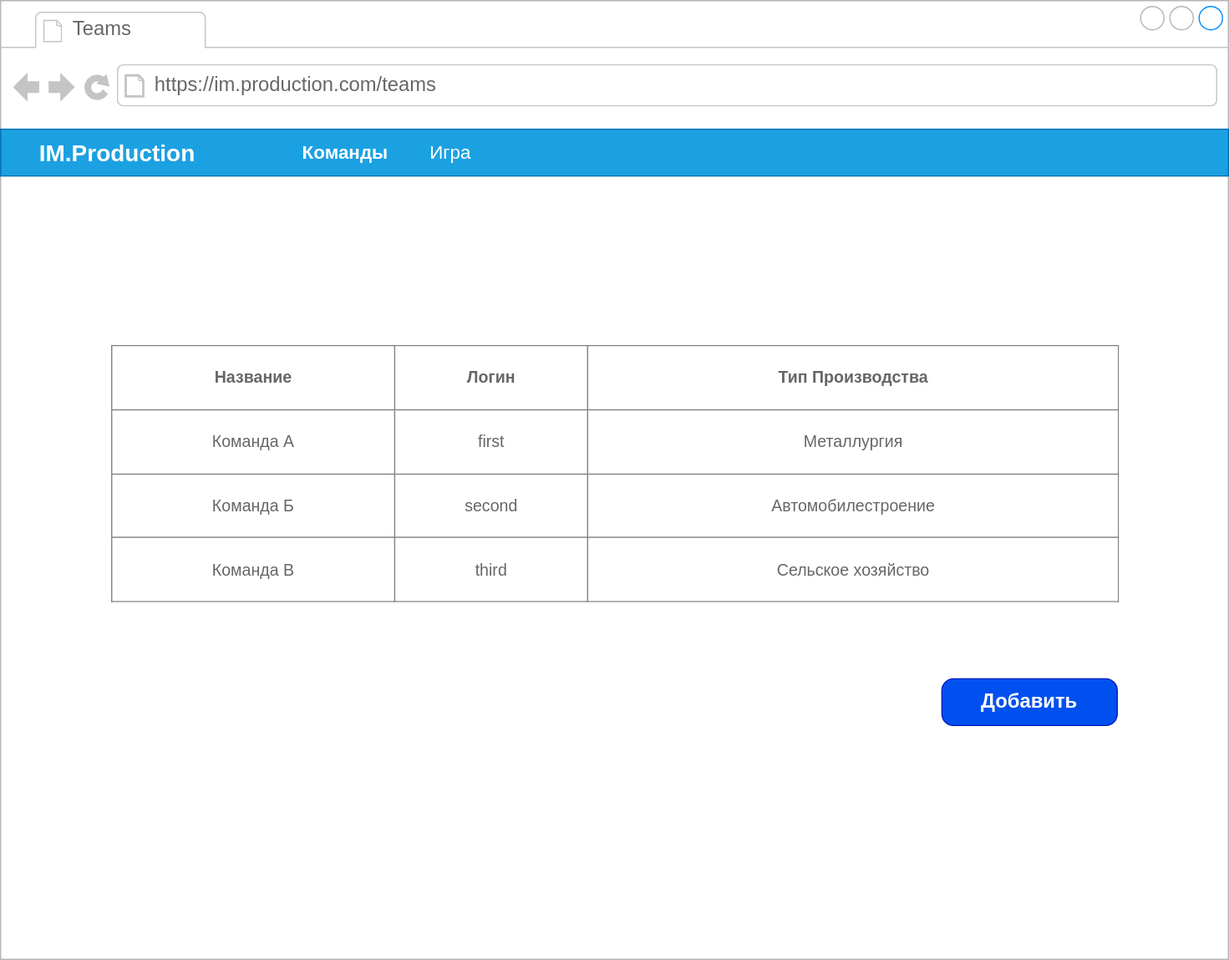
Earlier version of the draw.io export docs/mockups/Teams.svg (yafarkin/im.production). Source tidied: cells renumbered, new cells last; positions are measured from the earlier drawing's top-left corner, leaving out a move shared by most shapes. Its diagram source:
```xml
<mxGraphModel background="#ffffff">
  <root>
    <mxCell id="0" />
    <mxCell id="1" parent="0" />
    <mxCell id="2" style="strokeWidth=1;shadow=0;dashed=0;align=center;html=1;shape=mxgraph.mockup.containers.browserWindow;rSize=0;strokeColor=#B5B5B5;mainText=,;rounded=0;labelBackgroundColor=none;fontFamily=Verdana;fontSize=12;" parent="1" vertex="1">
      <mxGeometry width="1050" height="820" as="geometry" />
    </mxCell>
    <mxCell id="3" value="Teams" style="strokeWidth=1;shadow=0;dashed=0;align=center;html=1;shape=mxgraph.mockup.containers.anchor;fontSize=17;fontColor=#666666;align=left;" parent="2" vertex="1">
      <mxGeometry x="60" y="12" width="110" height="26" as="geometry" />
    </mxCell>
    <mxCell id="4" value="https://im.production.com/teams" style="strokeWidth=1;shadow=0;dashed=0;align=center;html=1;shape=mxgraph.mockup.containers.anchor;rSize=0;fontSize=17;fontColor=#666666;align=left;" parent="2" vertex="1">
      <mxGeometry x="130" y="60" width="250" height="26" as="geometry" />
    </mxCell>
    <mxCell id="5" style="rounded=0;whiteSpace=wrap;html=1;fillColor=#1ba1e2;strokeColor=#006EAF;fontColor=#ffffff;" parent="2" vertex="1">
      <mxGeometry y="110" width="1050" height="40" as="geometry" />
    </mxCell>
    <mxCell id="6" value="&lt;font color=&quot;#ffffff&quot; style=&quot;font-size: 20px&quot;&gt;&lt;b&gt;IM.Production&lt;/b&gt;&lt;/font&gt;" style="text;html=1;strokeColor=none;fillColor=none;align=center;verticalAlign=middle;whiteSpace=wrap;rounded=0;" parent="2" vertex="1">
      <mxGeometry x="10" y="120" width="180" height="20" as="geometry" />
    </mxCell>
    <mxCell id="7" value="&lt;font style=&quot;font-size: 16px&quot; color=&quot;#ffffff&quot;&gt;&lt;b&gt;Команды&lt;/b&gt;&lt;br&gt;&lt;/font&gt;" style="text;html=1;strokeColor=none;fillColor=none;align=center;verticalAlign=middle;whiteSpace=wrap;rounded=0;fontColor=#ffffff;" parent="2" vertex="1">
      <mxGeometry x="250" y="120" width="90" height="20" as="geometry" />
    </mxCell>
    <mxCell id="8" value="&lt;font color=&quot;#ffffff&quot;&gt;&lt;span style=&quot;font-size: 16px&quot;&gt;Игра&lt;br&gt;&lt;/span&gt;&lt;/font&gt;" style="text;html=1;strokeColor=none;fillColor=none;align=center;verticalAlign=middle;whiteSpace=wrap;rounded=0;" parent="2" vertex="1">
      <mxGeometry x="340" y="120" width="90" height="20" as="geometry" />
    </mxCell>
    <mxCell id="9" value="&lt;table border=&quot;1&quot; width=&quot;100%&quot; cellpadding=&quot;4&quot; style=&quot;width: 100% ; height: 100% ; border-collapse: collapse ; font-size: 14px&quot;&gt;&lt;tbody&gt;&lt;tr&gt;&lt;th align=&quot;center&quot;&gt;&lt;font color=&quot;#666666&quot; style=&quot;font-size: 14px&quot;&gt;Название&lt;/font&gt;&lt;/th&gt;&lt;td style=&quot;text-align: center&quot;&gt;&lt;font color=&quot;#666666&quot; size=&quot;1&quot;&gt;&lt;b style=&quot;font-size: 14px&quot;&gt;Логин&lt;/b&gt;&lt;/font&gt;&lt;/td&gt;&lt;td style=&quot;text-align: center&quot;&gt;&lt;b style=&quot;color: rgb(102 , 102 , 102) ; font-size: 14px&quot;&gt;Тип Производства&lt;/b&gt;&lt;br&gt;&lt;/td&gt;&lt;/tr&gt;&lt;tr&gt;&lt;td style=&quot;text-align: center&quot;&gt;&lt;font color=&quot;#666666&quot; style=&quot;font-size: 14px&quot;&gt;Команда А&lt;/font&gt;&lt;/td&gt;&lt;td style=&quot;text-align: center&quot;&gt;&lt;font color=&quot;#666666&quot; style=&quot;font-size: 14px&quot;&gt;first&lt;/font&gt;&lt;/td&gt;&lt;td style=&quot;text-align: center&quot;&gt;&lt;span style=&quot;color: rgb(102 , 102 , 102)&quot;&gt;Металлургия&lt;/span&gt;&lt;/td&gt;&lt;/tr&gt;&lt;tr&gt;&lt;td align=&quot;center&quot;&gt;&lt;span style=&quot;color: rgb(102 , 102 , 102)&quot;&gt;Команда Б&lt;/span&gt;&lt;br&gt;&lt;/td&gt;&lt;td style=&quot;text-align: center&quot;&gt;&lt;font color=&quot;#666666&quot; style=&quot;font-size: 14px&quot;&gt;second&lt;/font&gt;&lt;/td&gt;&lt;td style=&quot;text-align: center&quot;&gt;&lt;font color=&quot;#666666&quot; style=&quot;font-size: 14px&quot;&gt;Автомобилестроение&lt;/font&gt;&lt;/td&gt;&lt;/tr&gt;&lt;tr&gt;&lt;td style=&quot;text-align: center&quot;&gt;&lt;span style=&quot;color: rgb(102 , 102 , 102)&quot;&gt;Команда В&lt;/span&gt;&lt;br&gt;&lt;/td&gt;&lt;td style=&quot;text-align: center&quot;&gt;&lt;span style=&quot;color: rgb(102 , 102 , 102)&quot;&gt;third&lt;/span&gt;&lt;br&gt;&lt;/td&gt;&lt;td style=&quot;text-align: center&quot;&gt;&lt;font color=&quot;#666666&quot;&gt;Сельское хозяйство&lt;/font&gt;&lt;/td&gt;&lt;/tr&gt;&lt;/tbody&gt;&lt;/table&gt;" style="text;html=1;strokeColor=none;fillColor=#ffffff;overflow=fill;labelBackgroundColor=none;opacity=0;horizontal=1;" parent="2" vertex="1">
      <mxGeometry x="95" y="295" width="860" height="220" as="geometry" />
    </mxCell>
    <mxCell id="10" value="Добавить" style="strokeWidth=1;shadow=0;dashed=0;align=center;html=1;shape=mxgraph.mockup.buttons.button;strokeColor=#001DBC;mainText=;buttonStyle=round;fontSize=17;fontStyle=1;fillColor=#0050ef;whiteSpace=wrap;labelBackgroundColor=none;fontColor=#ffffff;perimeterSpacing=0;" parent="2" vertex="1">
      <mxGeometry x="805" y="580" width="150" height="40" as="geometry" />
    </mxCell>
  </root>
</mxGraphModel>
```
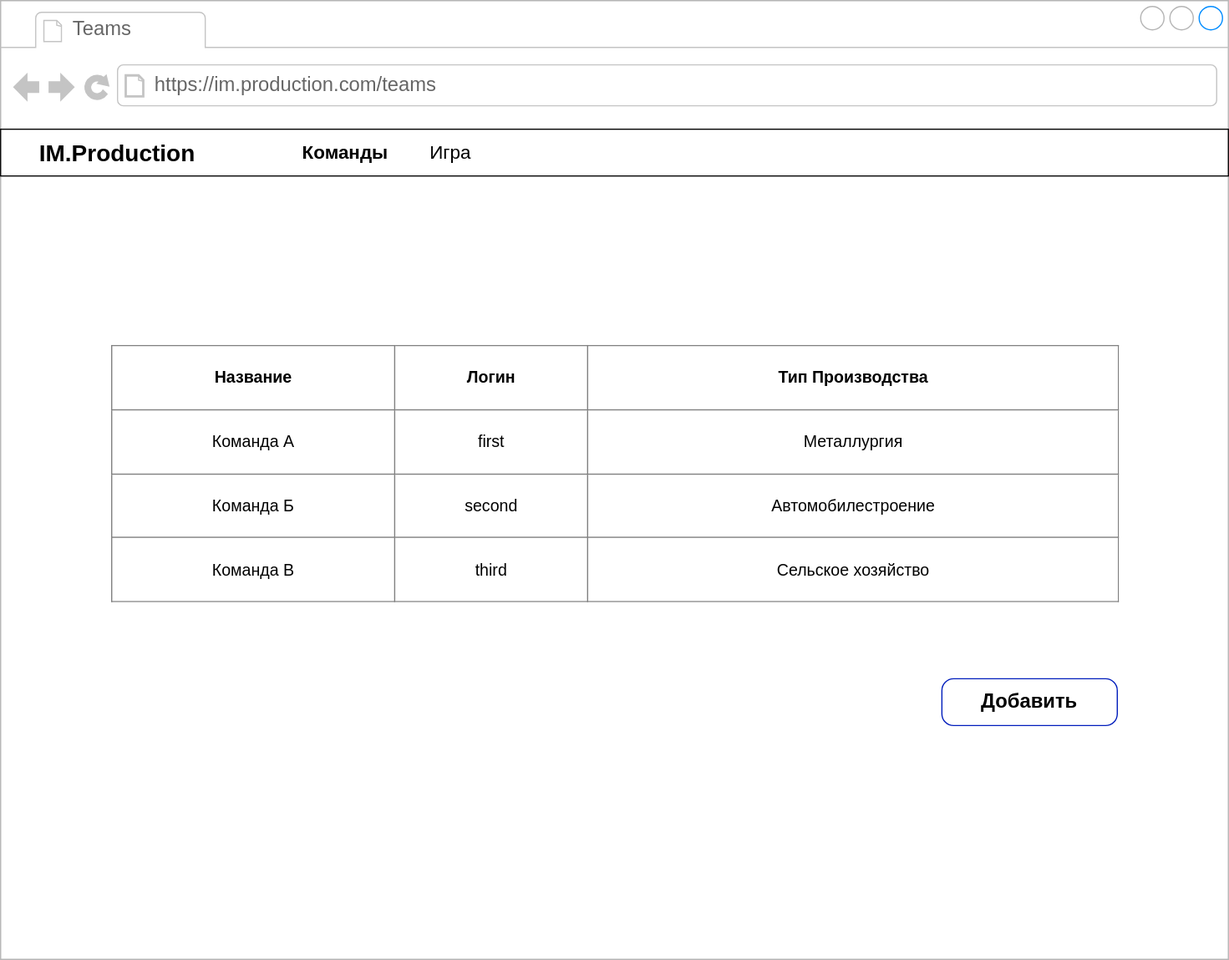
The same file after the commit.

Commit message:
#24 Макет страницы Команды приведен к стандартному виду, без использования цветов

Change to the diagram source:
```diff
@@ -11,22 +11,22 @@
     <mxCell id="4" value="https://im.production.com/teams" style="strokeWidth=1;shadow=0;dashed=0;align=center;html=1;shape=mxgraph.mockup.containers.anchor;rSize=0;fontSize=17;fontColor=#666666;align=left;" parent="2" vertex="1">
       <mxGeometry x="130" y="60" width="250" height="26" as="geometry" />
     </mxCell>
-    <mxCell id="5" style="rounded=0;whiteSpace=wrap;html=1;fillColor=#1ba1e2;strokeColor=#006EAF;fontColor=#ffffff;" parent="2" vertex="1">
+    <mxCell id="5" style="rounded=0;whiteSpace=wrap;html=1;" parent="2" vertex="1">
       <mxGeometry y="110" width="1050" height="40" as="geometry" />
     </mxCell>
-    <mxCell id="6" value="&lt;font color=&quot;#ffffff&quot; style=&quot;font-size: 20px&quot;&gt;&lt;b&gt;IM.Production&lt;/b&gt;&lt;/font&gt;" style="text;html=1;strokeColor=none;fillColor=none;align=center;verticalAlign=middle;whiteSpace=wrap;rounded=0;" parent="2" vertex="1">
+    <mxCell id="6" value="&lt;font style=&quot;font-size: 20px&quot;&gt;&lt;b&gt;IM.Production&lt;/b&gt;&lt;/font&gt;" style="text;html=1;strokeColor=none;fillColor=none;align=center;verticalAlign=middle;whiteSpace=wrap;rounded=0;" parent="2" vertex="1">
       <mxGeometry x="10" y="120" width="180" height="20" as="geometry" />
     </mxCell>
-    <mxCell id="7" value="&lt;font style=&quot;font-size: 16px&quot; color=&quot;#ffffff&quot;&gt;&lt;b&gt;Команды&lt;/b&gt;&lt;br&gt;&lt;/font&gt;" style="text;html=1;strokeColor=none;fillColor=none;align=center;verticalAlign=middle;whiteSpace=wrap;rounded=0;fontColor=#ffffff;" parent="2" vertex="1">
+    <mxCell id="7" value="&lt;font style=&quot;font-size: 16px&quot;&gt;&lt;b&gt;&lt;font color=&quot;#000000&quot;&gt;Команды&lt;/font&gt;&lt;/b&gt;&lt;br&gt;&lt;/font&gt;" style="text;html=1;strokeColor=none;fillColor=none;align=center;verticalAlign=middle;whiteSpace=wrap;rounded=0;fontColor=#ffffff;" parent="2" vertex="1">
       <mxGeometry x="250" y="120" width="90" height="20" as="geometry" />
     </mxCell>
-    <mxCell id="8" value="&lt;font color=&quot;#ffffff&quot;&gt;&lt;span style=&quot;font-size: 16px&quot;&gt;Игра&lt;br&gt;&lt;/span&gt;&lt;/font&gt;" style="text;html=1;strokeColor=none;fillColor=none;align=center;verticalAlign=middle;whiteSpace=wrap;rounded=0;" parent="2" vertex="1">
+    <mxCell id="8" value="&lt;span style=&quot;font-size: 16px&quot;&gt;Игра&lt;br&gt;&lt;/span&gt;" style="text;html=1;strokeColor=none;fillColor=none;align=center;verticalAlign=middle;whiteSpace=wrap;rounded=0;" parent="2" vertex="1">
       <mxGeometry x="340" y="120" width="90" height="20" as="geometry" />
     </mxCell>
-    <mxCell id="9" value="&lt;table border=&quot;1&quot; width=&quot;100%&quot; cellpadding=&quot;4&quot; style=&quot;width: 100% ; height: 100% ; border-collapse: collapse ; font-size: 14px&quot;&gt;&lt;tbody&gt;&lt;tr&gt;&lt;th align=&quot;center&quot;&gt;&lt;font color=&quot;#666666&quot; style=&quot;font-size: 14px&quot;&gt;Название&lt;/font&gt;&lt;/th&gt;&lt;td style=&quot;text-align: center&quot;&gt;&lt;font color=&quot;#666666&quot; size=&quot;1&quot;&gt;&lt;b style=&quot;font-size: 14px&quot;&gt;Логин&lt;/b&gt;&lt;/font&gt;&lt;/td&gt;&lt;td style=&quot;text-align: center&quot;&gt;&lt;b style=&quot;color: rgb(102 , 102 , 102) ; font-size: 14px&quot;&gt;Тип Производства&lt;/b&gt;&lt;br&gt;&lt;/td&gt;&lt;/tr&gt;&lt;tr&gt;&lt;td style=&quot;text-align: center&quot;&gt;&lt;font color=&quot;#666666&quot; style=&quot;font-size: 14px&quot;&gt;Команда А&lt;/font&gt;&lt;/td&gt;&lt;td style=&quot;text-align: center&quot;&gt;&lt;font color=&quot;#666666&quot; style=&quot;font-size: 14px&quot;&gt;first&lt;/font&gt;&lt;/td&gt;&lt;td style=&quot;text-align: center&quot;&gt;&lt;span style=&quot;color: rgb(102 , 102 , 102)&quot;&gt;Металлургия&lt;/span&gt;&lt;/td&gt;&lt;/tr&gt;&lt;tr&gt;&lt;td align=&quot;center&quot;&gt;&lt;span style=&quot;color: rgb(102 , 102 , 102)&quot;&gt;Команда Б&lt;/span&gt;&lt;br&gt;&lt;/td&gt;&lt;td style=&quot;text-align: center&quot;&gt;&lt;font color=&quot;#666666&quot; style=&quot;font-size: 14px&quot;&gt;second&lt;/font&gt;&lt;/td&gt;&lt;td style=&quot;text-align: center&quot;&gt;&lt;font color=&quot;#666666&quot; style=&quot;font-size: 14px&quot;&gt;Автомобилестроение&lt;/font&gt;&lt;/td&gt;&lt;/tr&gt;&lt;tr&gt;&lt;td style=&quot;text-align: center&quot;&gt;&lt;span style=&quot;color: rgb(102 , 102 , 102)&quot;&gt;Команда В&lt;/span&gt;&lt;br&gt;&lt;/td&gt;&lt;td style=&quot;text-align: center&quot;&gt;&lt;span style=&quot;color: rgb(102 , 102 , 102)&quot;&gt;third&lt;/span&gt;&lt;br&gt;&lt;/td&gt;&lt;td style=&quot;text-align: center&quot;&gt;&lt;font color=&quot;#666666&quot;&gt;Сельское хозяйство&lt;/font&gt;&lt;/td&gt;&lt;/tr&gt;&lt;/tbody&gt;&lt;/table&gt;" style="text;html=1;strokeColor=none;fillColor=#ffffff;overflow=fill;labelBackgroundColor=none;opacity=0;horizontal=1;" parent="2" vertex="1">
+    <mxCell id="9" value="&lt;table border=&quot;1&quot; width=&quot;100%&quot; cellpadding=&quot;4&quot; style=&quot;width: 100% ; height: 100% ; border-collapse: collapse ; font-size: 14px&quot;&gt;&lt;tbody&gt;&lt;tr&gt;&lt;th align=&quot;center&quot;&gt;&lt;font style=&quot;font-size: 14px&quot;&gt;Название&lt;/font&gt;&lt;/th&gt;&lt;td style=&quot;text-align: center&quot;&gt;&lt;font size=&quot;1&quot;&gt;&lt;b style=&quot;font-size: 14px&quot;&gt;Логин&lt;/b&gt;&lt;/font&gt;&lt;/td&gt;&lt;td style=&quot;text-align: center&quot;&gt;&lt;b style=&quot;font-size: 14px&quot;&gt;Тип Производства&lt;/b&gt;&lt;br&gt;&lt;/td&gt;&lt;/tr&gt;&lt;tr&gt;&lt;td style=&quot;text-align: center&quot;&gt;&lt;font style=&quot;font-size: 14px&quot;&gt;Команда А&lt;/font&gt;&lt;/td&gt;&lt;td style=&quot;text-align: center&quot;&gt;&lt;font style=&quot;font-size: 14px&quot;&gt;first&lt;/font&gt;&lt;/td&gt;&lt;td style=&quot;text-align: center&quot;&gt;Металлургия&lt;/td&gt;&lt;/tr&gt;&lt;tr&gt;&lt;td align=&quot;center&quot;&gt;Команда Б&lt;br&gt;&lt;/td&gt;&lt;td style=&quot;text-align: center&quot;&gt;&lt;font style=&quot;font-size: 14px&quot;&gt;second&lt;/font&gt;&lt;/td&gt;&lt;td style=&quot;text-align: center&quot;&gt;&lt;font style=&quot;font-size: 14px&quot;&gt;Автомобилестроение&lt;/font&gt;&lt;/td&gt;&lt;/tr&gt;&lt;tr&gt;&lt;td style=&quot;text-align: center&quot;&gt;Команда В&lt;br&gt;&lt;/td&gt;&lt;td style=&quot;text-align: center&quot;&gt;third&lt;br&gt;&lt;/td&gt;&lt;td style=&quot;text-align: center&quot;&gt;Сельское хозяйство&lt;/td&gt;&lt;/tr&gt;&lt;/tbody&gt;&lt;/table&gt;" style="text;html=1;strokeColor=none;fillColor=#ffffff;overflow=fill;labelBackgroundColor=none;opacity=0;horizontal=1;" parent="2" vertex="1">
       <mxGeometry x="95" y="295" width="860" height="220" as="geometry" />
     </mxCell>
-    <mxCell id="10" value="Добавить" style="strokeWidth=1;shadow=0;dashed=0;align=center;html=1;shape=mxgraph.mockup.buttons.button;strokeColor=#001DBC;mainText=;buttonStyle=round;fontSize=17;fontStyle=1;fillColor=#0050ef;whiteSpace=wrap;labelBackgroundColor=none;fontColor=#ffffff;perimeterSpacing=0;" parent="2" vertex="1">
+    <mxCell id="10" value="&lt;font color=&quot;#000000&quot;&gt;Добавить&lt;/font&gt;" style="strokeWidth=1;shadow=0;dashed=0;align=center;html=1;shape=mxgraph.mockup.buttons.button;strokeColor=#001DBC;mainText=;buttonStyle=round;fontSize=17;fontStyle=1;fillColor=#FFFFFF;whiteSpace=wrap;labelBackgroundColor=none;fontColor=#ffffff;perimeterSpacing=0;" parent="2" vertex="1">
       <mxGeometry x="805" y="580" width="150" height="40" as="geometry" />
     </mxCell>
   </root>
```
